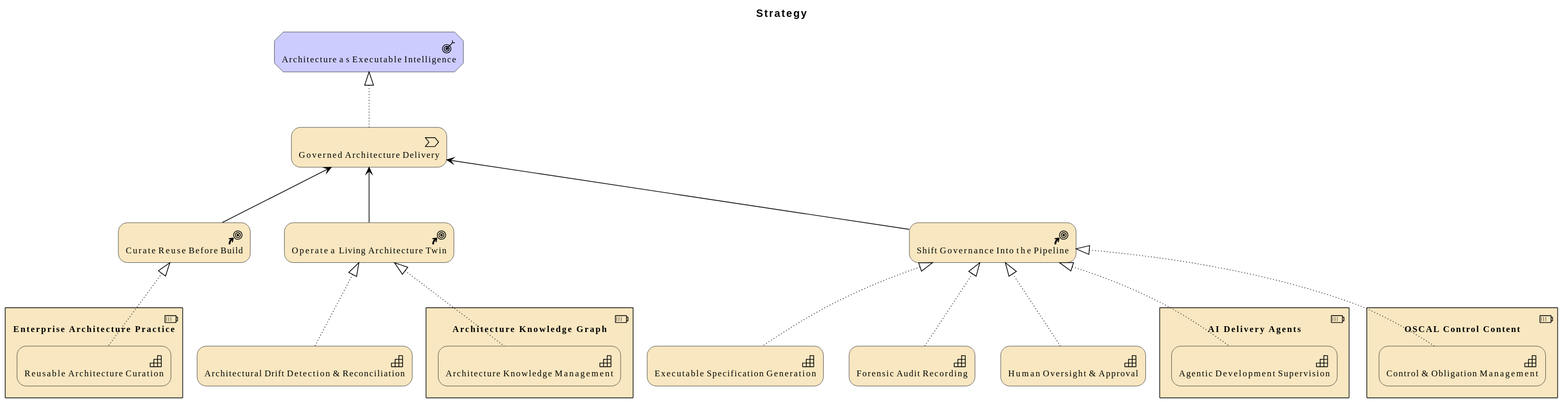
This is architecture/model/diagrams/vision/4-strategy.svg from wolffy-au/frictionless-architect, a PlantUML export, as it was before one commit.
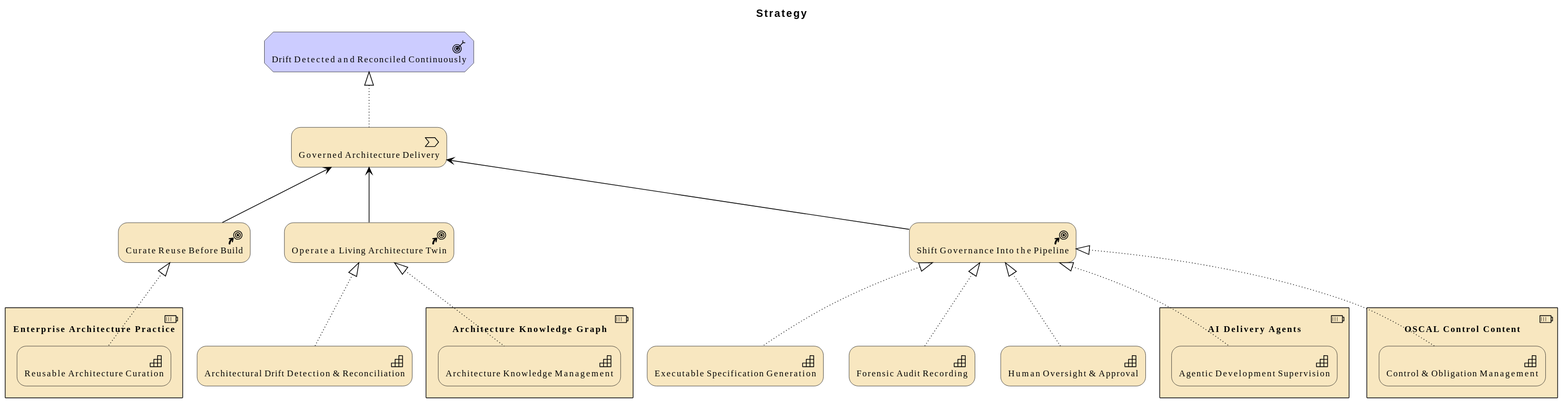
The same diagram one commit later.

What changed in the source:
```diff
@@ -3,7 +3,7 @@
 
 title Strategy
 
-Motivation_Outcome(e_idfbcf1e02e62655, "Architecture as Executable Intelligence")
+Motivation_Outcome(e_id79b6a1e545325d, "Drift Detected and Reconciled Continuously")
 Strategy_Capability(e_idafba1b4ab1e756, "Executable Specification Generation")
 Strategy_Capability(e_idc29413a2099958, "Forensic Audit Recording")
 Strategy_Capability(e_id41aa3eb894c852, "Architectural Drift Detection & Reconciliation")
@@ -36,5 +36,5 @@
 Rel_Serving_Up(e_ida9babe1fe97050, e_idcd5e1d4017725d, "")
 Rel_Serving_Up(e_id78f58d32222658, e_idcd5e1d4017725d, "")
 Rel_Serving_Up(e_id0b01ce08664e58, e_idcd5e1d4017725d, "")
-Rel_Realization_Up(e_idcd5e1d4017725d, e_idfbcf1e02e62655, "")
+Rel_Realization_Up(e_idcd5e1d4017725d, e_id79b6a1e545325d, "")
 @enduml
```
